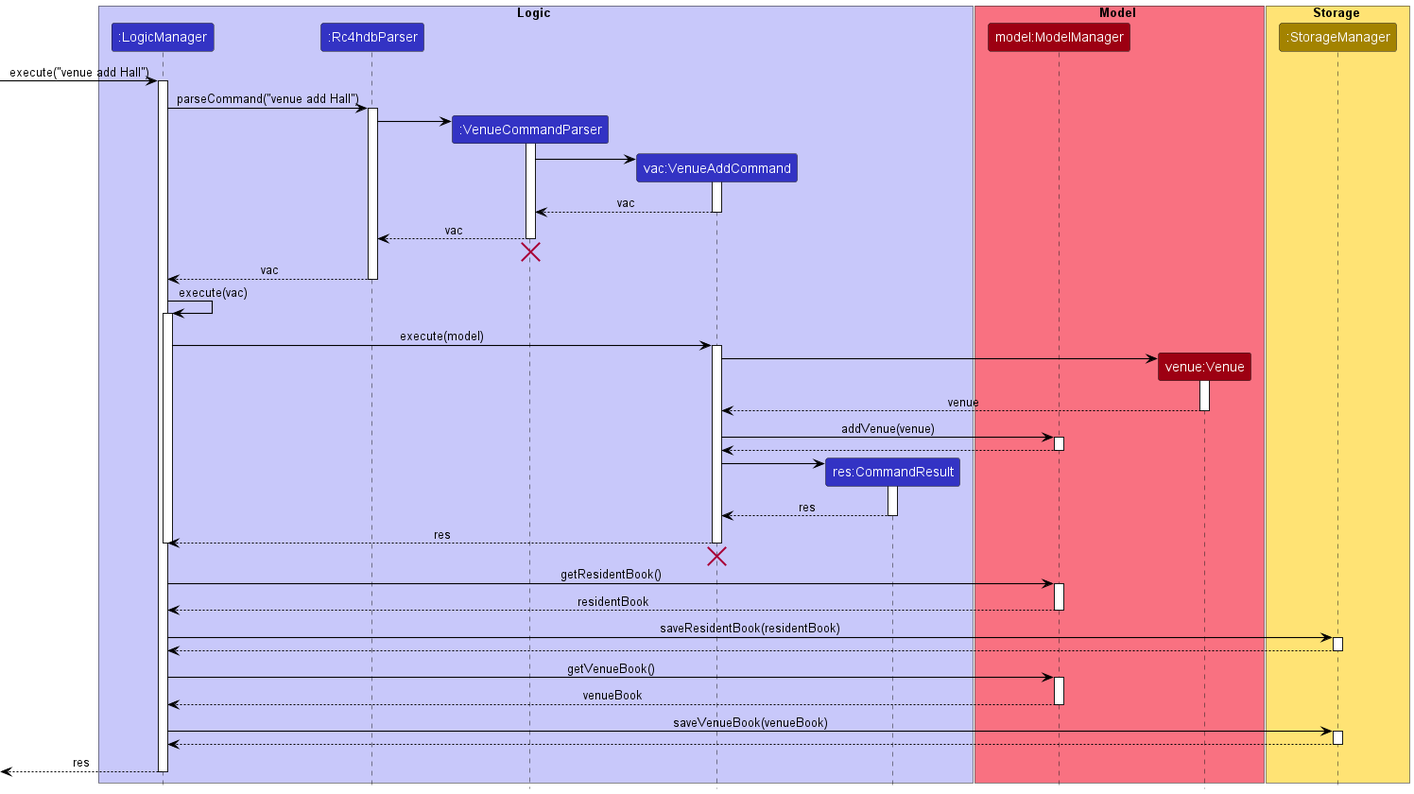
Before: docs/images/VenueAddCommandSequenceDiagram.png, a diagram exported from PlantUML (nus-cs2103-AY2223S1/tp).
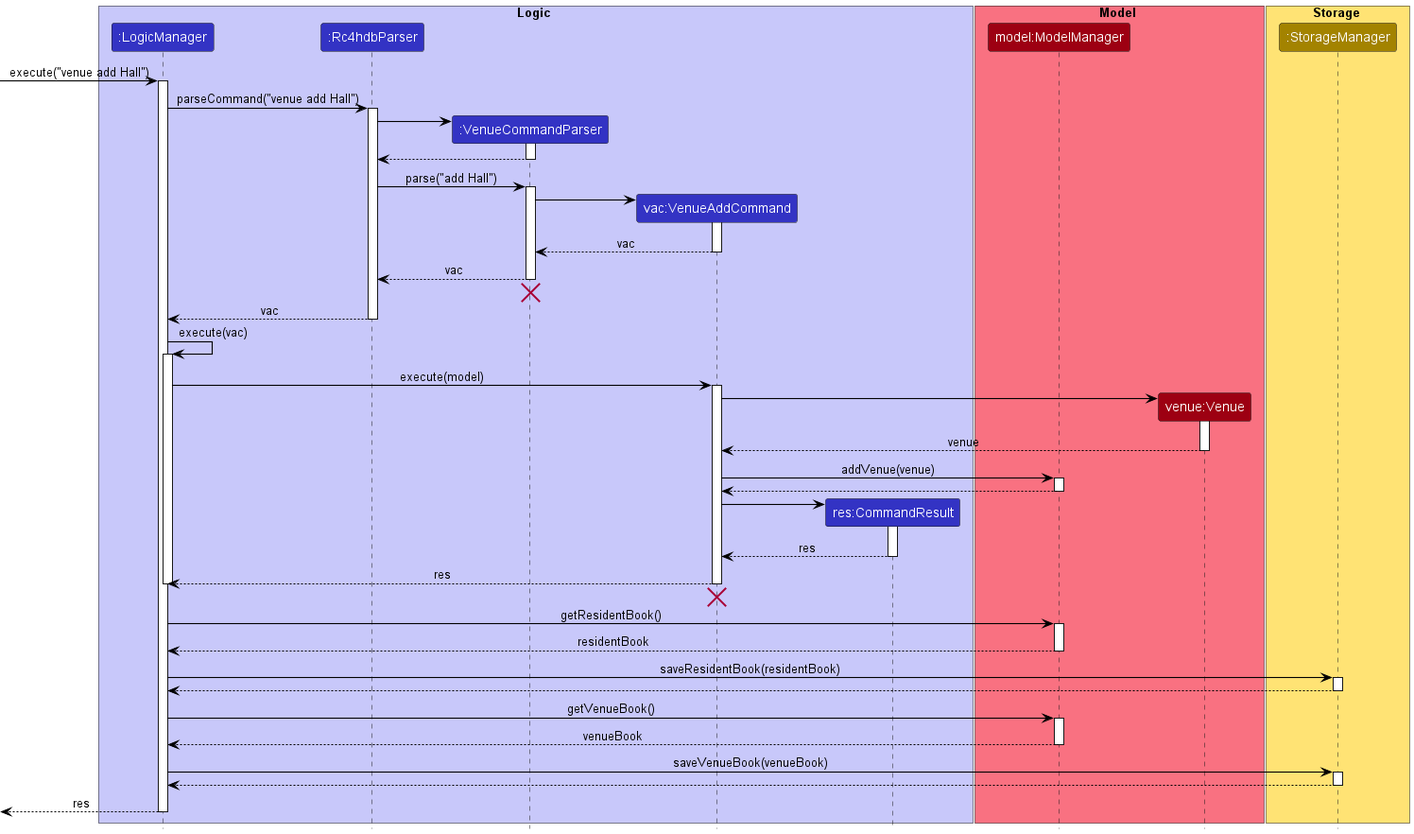
Above is the later version.

What changed in the source:
```diff
@@ -28,6 +28,12 @@
 
 create VenueCommandParser
 Rc4hdbParser -> VenueCommandParser
+activate VenueCommandParser
+
+VenueCommandParser --> Rc4hdbParser
+deactivate VenueCommandParser
+
+Rc4hdbParser -> VenueCommandParser : parse("add Hall")
 activate VenueCommandParser
 
 create VenueAddCommand
```
